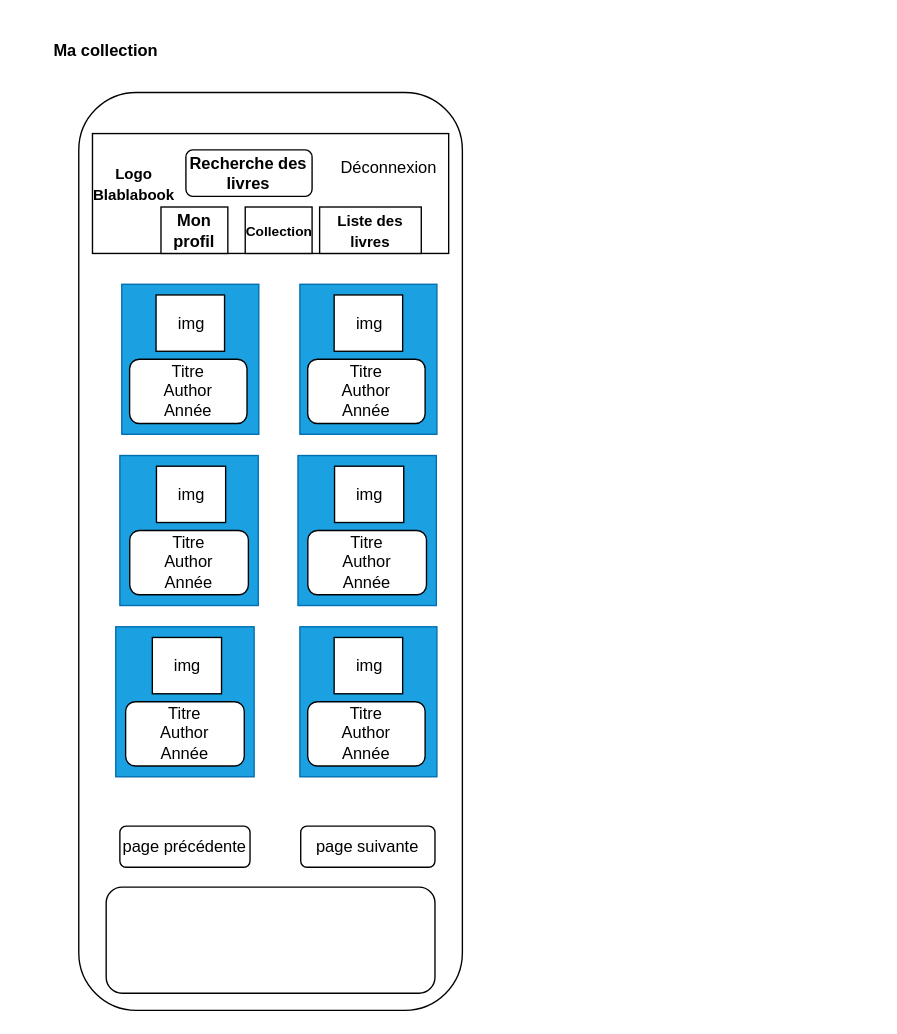
The draw.io diagram page "mobile" (2 of 2) of Cahier des charges/wireframe/collection.drawio in HarukaIZUMI18/Blablabook-Haruka, before the edit. Source tidied: cells renumbered, new cells numbered last; positions are measured from the earlier drawing's top-left corner, leaving out a move shared by most shapes. Both pictures are drawn from the tidied source at 137%, with x=0, y=0 at pixel (23, 23).
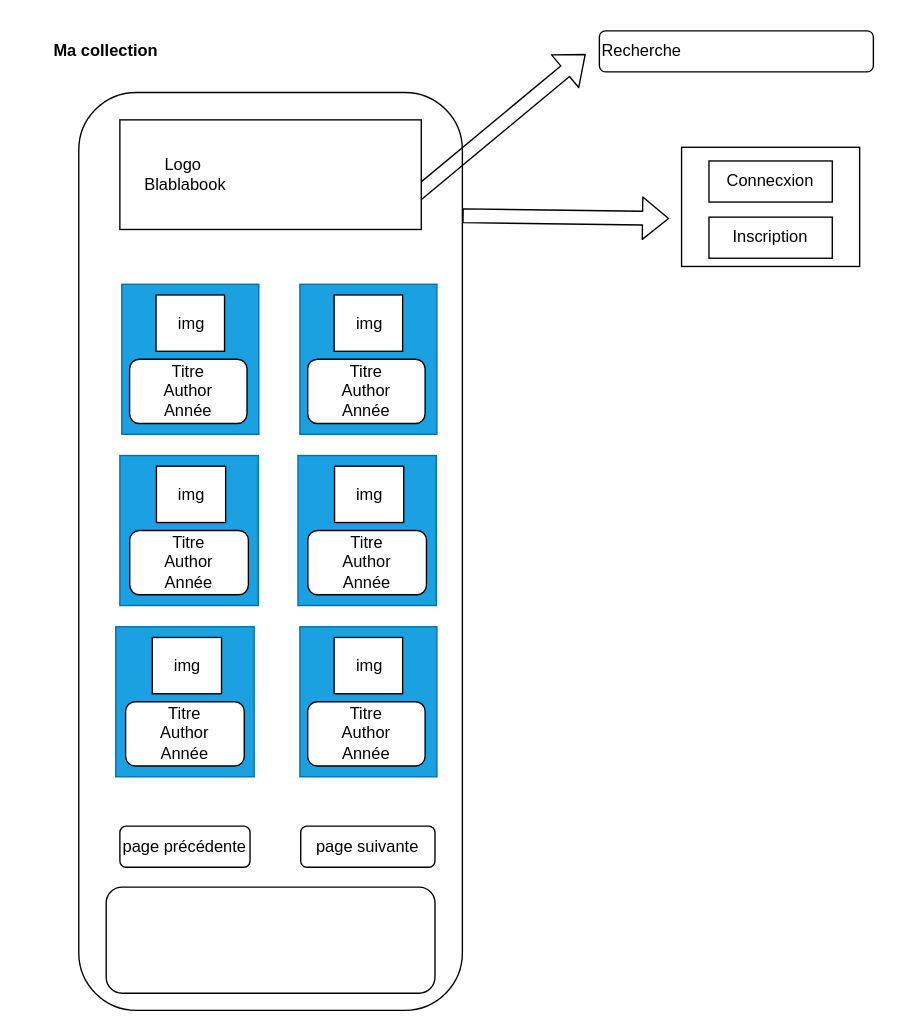
After the change.

Commit message (it also covers changes not shown here):
Modification version mobile collection.drawio et Ajouter des charte

Change to the diagram source:
```diff
@@
-    <mxCell id="6" style="group;rounded=1;" parent="1" vertex="1">
-      <mxGeometry x="50" y="80" width="260" height="87.5" as="geometry" />
-    </mxCell>
-    <mxCell id="7" style="rounded=0;whiteSpace=wrap;html=1;" parent="6" vertex="1">
-      <mxGeometry width="260" height="87.5" as="geometry" />
-    </mxCell>
-    <mxCell id="8" value="Déconnexion" style="text;html=1;align=center;verticalAlign=middle;whiteSpace=wrap;rounded=0;" parent="6" vertex="1">
-      <mxGeometry x="200" y="8.5" width="32.5" height="33.9" as="geometry" />
-    </mxCell>
-    <mxCell id="9" value="&lt;font style=&quot;font-size: 11px;&quot;&gt;&lt;b&gt;Liste des livres&lt;/b&gt;&lt;/font&gt;" style="rounded=0;whiteSpace=wrap;html=1;" parent="6" vertex="1">
-      <mxGeometry x="165.8" y="53.6" width="74.2" height="33.9" as="geometry" />
-    </mxCell>
-    <mxCell id="10" value="&lt;font&gt;&lt;b&gt;Recherche des livres&lt;/b&gt;&lt;/font&gt;" style="rounded=1;whiteSpace=wrap;html=1;" parent="6" vertex="1">
-      <mxGeometry x="68.2" y="11.9" width="92.1" height="33.9" as="geometry" />
-    </mxCell>
-    <mxCell id="11" value="&lt;b&gt;&lt;font style=&quot;font-size: 11px;&quot;&gt;Logo Blablabook&lt;/font&gt;&lt;/b&gt;" style="text;html=1;align=center;verticalAlign=middle;whiteSpace=wrap;rounded=0;" parent="6" vertex="1">
-      <mxGeometry x="0.5" y="19.8" width="59" height="33.9" as="geometry" />
-    </mxCell>
-    <mxCell id="12" value="&lt;b&gt;Mon profil&lt;/b&gt;" style="rounded=0;whiteSpace=wrap;html=1;" parent="6" vertex="1">
-      <mxGeometry x="50" y="53.6" width="48.8" height="33.9" as="geometry" />
-    </mxCell>
-    <mxCell id="13" value="&lt;font style=&quot;font-size: 10px;&quot;&gt;&lt;b style=&quot;&quot;&gt;Collection&lt;/b&gt;&lt;/font&gt;" style="rounded=0;whiteSpace=wrap;html=1;" parent="6" vertex="1">
-      <mxGeometry x="111.5" y="53.6" width="48.8" height="33.9" as="geometry" />
-    </mxCell>
@@
+    <mxCell id="57" style="shape=flexArrow;endArrow=classic;html=1;exitX=1;exitY=0.5;exitDx=0;exitDy=0;" parent="1" edge="1">
+      <mxGeometry relative="1" as="geometry">
+        <mxPoint x="320" y="140" as="sourcePoint" />
+        <mxPoint x="471" y="142" as="targetPoint" />
+      </mxGeometry>
+    </mxCell>
+    <mxCell id="58" style="rounded=0;whiteSpace=wrap;html=1;" parent="1" vertex="1">
+      <mxGeometry x="480" y="90" width="130" height="87" as="geometry" />
+    </mxCell>
+    <mxCell id="59" style="shape=flexArrow;endArrow=classic;html=1;exitX=0.5;exitY=0;exitDx=0;exitDy=0;" parent="1" edge="1">
+      <mxGeometry relative="1" as="geometry">
+        <mxPoint x="280" y="130" as="sourcePoint" />
+        <mxPoint x="410" y="22" as="targetPoint" />
+      </mxGeometry>
+    </mxCell>
+    <mxCell id="60" value="Recherche" style="rounded=1;whiteSpace=wrap;html=1;align=left;" parent="1" vertex="1">
+      <mxGeometry x="420" y="5" width="200" height="30" as="geometry" />
+    </mxCell>
+    <mxCell id="61" value="Inscription" style="rounded=0;whiteSpace=wrap;html=1;" parent="1" vertex="1">
+      <mxGeometry x="500" y="141" width="90" height="30" as="geometry" />
+    </mxCell>
+    <mxCell id="62" value="Connecxion" style="rounded=0;whiteSpace=wrap;html=1;fillColor=none;" parent="1" vertex="1">
+      <mxGeometry x="500" y="100" width="90" height="30" as="geometry" />
+    </mxCell>
+    <mxCell id="63" style="rounded=0;whiteSpace=wrap;html=1;" parent="1" vertex="1">
+      <mxGeometry x="70" y="70" width="220" height="80" as="geometry" />
+    </mxCell>
+    <mxCell id="11" value="Logo&amp;nbsp; Blablabook" style="text;html=1;align=center;verticalAlign=middle;whiteSpace=wrap;rounded=0;" parent="1" vertex="1">
+      <mxGeometry x="77.5" y="94.7" width="80" height="30.5" as="geometry" />
+    </mxCell>
```
